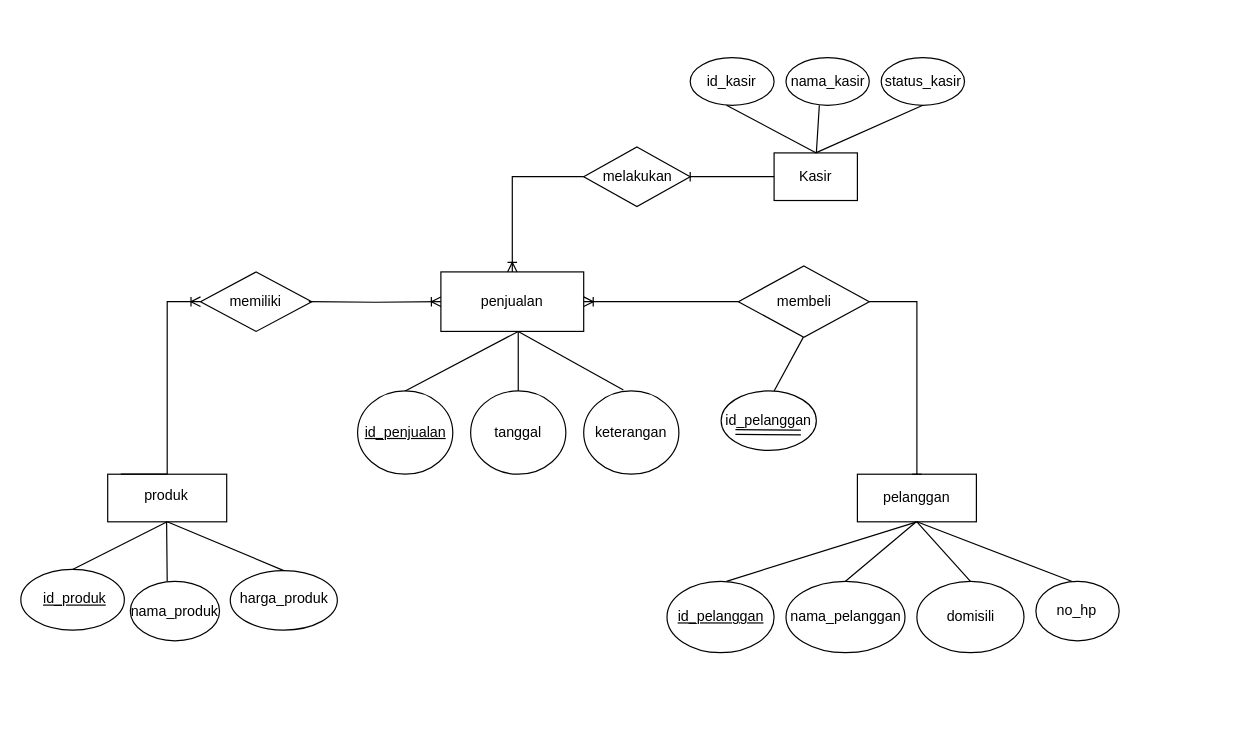
Earlier version of the draw.io diagram Tugas 3.drawio (Azizahfatmas/Basis-Data-). Source tidied: cells renumbered, new cells numbered last; positions are measured from the earlier drawing's top-left corner, leaving out a move shared by most shapes. Both pictures are drawn from the tidied source at 119%, with x=0, y=0 at pixel (20, 57).
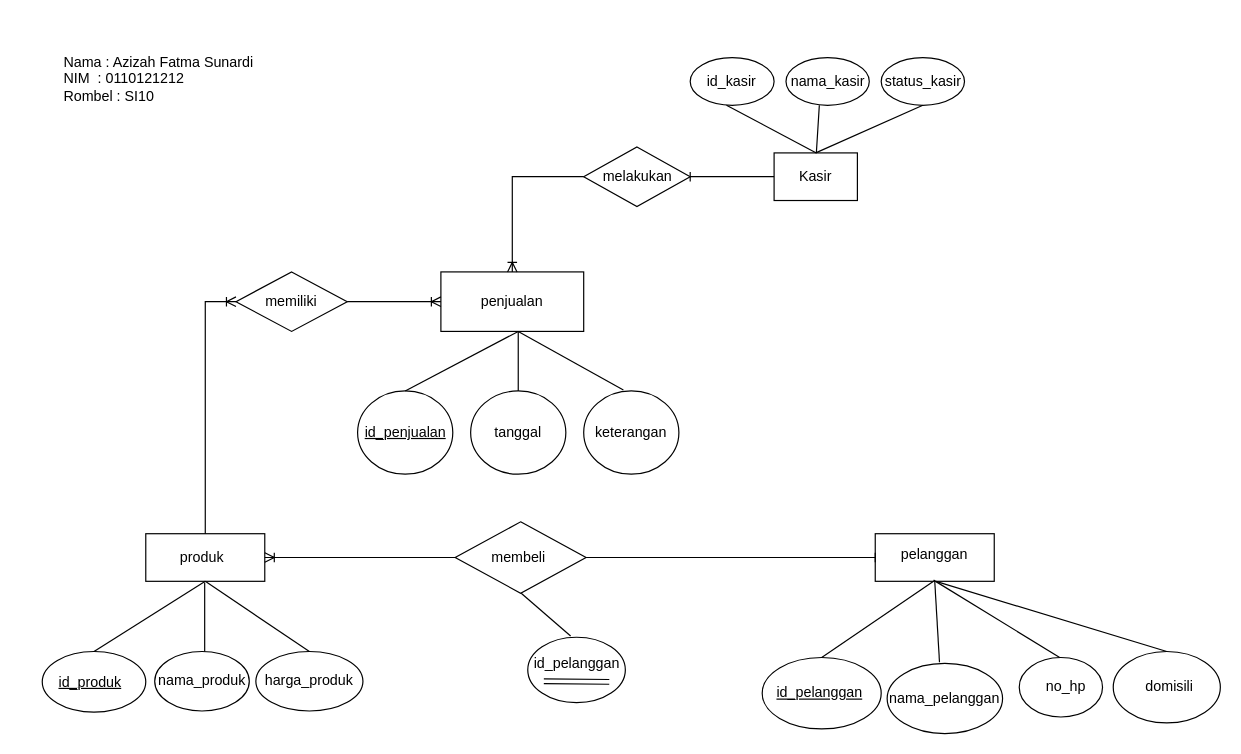
The same page after the edit.

Unchanged cells that the change refers to:
```xml
<mxCell id="2" style="rounded=0;whiteSpace=wrap;html=1;fontFamily=Helvetica;fontSize=12;fontColor=default;strokeColor=default;fillColor=none;" parent="1" vertex="1">
  <mxGeometry x="353" y="180" width="120" height="50" as="geometry" />
</mxCell>
```

The edit, as a diff of the source:
```diff
@@
     <mxCell id="13" style="rounded=0;whiteSpace=wrap;html=1;fontFamily=Helvetica;fontSize=12;fontColor=default;strokeColor=default;fillColor=none;" parent="1" vertex="1">
-      <mxGeometry x="703" y="350" width="100" height="40" as="geometry" />
+      <mxGeometry x="718" y="400" width="100" height="40" as="geometry" />
     </mxCell>
     <mxCell id="14" value="pelanggan" style="text;html=1;strokeColor=none;fillColor=none;align=center;verticalAlign=middle;whiteSpace=wrap;rounded=0;fontFamily=Helvetica;fontSize=12;fontColor=default;" parent="1" vertex="1">
-      <mxGeometry x="723" y="355" width="60" height="30" as="geometry" />
+      <mxGeometry x="738" y="403" width="60" height="30" as="geometry" />
     </mxCell>
-    <mxCell id="15" style="endArrow=none;html=1;rounded=0;fontFamily=Helvetica;fontSize=12;fontColor=default;" parent="1" edge="1">
+    <mxCell id="15" style="endArrow=none;html=1;rounded=0;fontFamily=Helvetica;fontSize=12;fontColor=default;entryX=0.5;entryY=0;entryDx=0;entryDy=0;" parent="1" edge="1" target="19">
       <mxGeometry relative="1" as="geometry">
-        <mxPoint x="593" y="440" as="sourcePoint" />
-        <mxPoint x="753" y="390" as="targetPoint" />
+        <mxPoint x="769" y="440" as="sourcePoint" />
       </mxGeometry>
     </mxCell>
-    <mxCell id="16" style="endArrow=none;html=1;rounded=0;fontFamily=Helvetica;fontSize=12;fontColor=default;exitX=0.5;exitY=0;exitDx=0;exitDy=0;" parent="1" edge="1" source="23">
+    <mxCell id="16" style="endArrow=none;html=1;rounded=0;fontFamily=Helvetica;fontSize=12;fontColor=default;" parent="1" edge="1">
       <mxGeometry relative="1" as="geometry">
-        <mxPoint x="753" y="390" as="targetPoint" />
+        <mxPoint x="772" y="508" as="sourcePoint" />
+        <mxPoint x="768" y="440" as="targetPoint" />
       </mxGeometry>
     </mxCell>
     <mxCell id="17" style="endArrow=none;html=1;rounded=0;fontFamily=Helvetica;fontSize=12;fontColor=default;exitX=0.5;exitY=0;exitDx=0;exitDy=0;" parent="1" edge="1" source="21">
       <mxGeometry relative="1" as="geometry">
-        <mxPoint x="752.5" y="390" as="targetPoint" />
+        <mxPoint x="767" y="440" as="targetPoint" />
       </mxGeometry>
     </mxCell>
     <mxCell id="18" style="endArrow=none;html=1;rounded=0;fontFamily=Helvetica;fontSize=12;fontColor=default;" parent="1" edge="1">
       <mxGeometry relative="1" as="geometry">
-        <mxPoint x="753" y="390" as="sourcePoint" />
-        <mxPoint x="883" y="440" as="targetPoint" />
+        <mxPoint x="767" y="439" as="sourcePoint" />
+        <mxPoint x="873" y="504" as="targetPoint" />
       </mxGeometry>
     </mxCell>
     <mxCell id="19" style="ellipse;whiteSpace=wrap;html=1;fontFamily=Helvetica;fontSize=12;fontColor=default;strokeColor=default;fillColor=none;" parent="1" vertex="1">
-      <mxGeometry x="543" y="440" width="90" height="60" as="geometry" />
+      <mxGeometry x="918" y="499" width="90" height="60" as="geometry" />
     </mxCell>
-    <mxCell id="20" value="&lt;u&gt;id_pelanggan&lt;/u&gt;" style="text;html=1;strokeColor=none;fillColor=none;align=center;verticalAlign=middle;whiteSpace=wrap;rounded=0;fontFamily=Helvetica;fontSize=12;fontColor=default;" parent="1" vertex="1">
-      <mxGeometry x="552.5" y="455" width="71" height="30" as="geometry" />
+    <mxCell id="20" value="&lt;u&gt;id_pelanggan&lt;/u&gt;" style="text;html=1;strokeColor=none;fillColor=none;align=center;verticalAlign=middle;whiteSpace=wrap;rounded=0;fontFamily=Helvetica;fontSize=12;fontColor=default;absoluteArcSize=0;" parent="1" vertex="1">
+      <mxGeometry x="636" y="519" width="71" height="30" as="geometry" />
     </mxCell>
     <mxCell id="21" style="ellipse;whiteSpace=wrap;html=1;fontFamily=Helvetica;fontSize=12;fontColor=default;strokeColor=default;fillColor=none;" parent="1" vertex="1">
-      <mxGeometry x="643" y="440" width="100" height="60" as="geometry" />
+      <mxGeometry x="623" y="504" width="100" height="60" as="geometry" />
     </mxCell>
     <mxCell id="22" value="nama_pelanggan" style="text;html=1;strokeColor=none;fillColor=none;align=center;verticalAlign=middle;whiteSpace=wrap;rounded=0;fontFamily=Helvetica;fontSize=12;fontColor=default;" parent="1" vertex="1">
-      <mxGeometry x="657.5" y="455" width="71" height="30" as="geometry" />
+      <mxGeometry x="741" y="523.5" width="71" height="30" as="geometry" />
     </mxCell>
     <mxCell id="23" style="ellipse;whiteSpace=wrap;html=1;fontFamily=Helvetica;fontSize=12;fontColor=default;strokeColor=default;fillColor=none;" parent="1" vertex="1">
-      <mxGeometry x="753" y="440" width="90" height="60" as="geometry" />
+      <mxGeometry x="728" y="509" width="97" height="59" as="geometry" />
     </mxCell>
     <mxCell id="24" value="domisili" style="text;html=1;strokeColor=none;fillColor=none;align=center;verticalAlign=middle;whiteSpace=wrap;rounded=0;fontFamily=Helvetica;fontSize=12;fontColor=default;" parent="1" vertex="1">
-      <mxGeometry x="762.5" y="455" width="71" height="30" as="geometry" />
+      <mxGeometry x="930" y="514" width="71" height="30" as="geometry" />
     </mxCell>
     <mxCell id="25" style="ellipse;whiteSpace=wrap;html=1;fontFamily=Helvetica;fontSize=12;fontColor=default;strokeColor=default;fillColor=none;" parent="1" vertex="1">
-      <mxGeometry x="853" y="440" width="70" height="50" as="geometry" />
+      <mxGeometry x="839" y="504" width="70" height="50" as="geometry" />
     </mxCell>
     <mxCell id="26" value="no_hp" style="text;html=1;strokeColor=none;fillColor=none;align=center;verticalAlign=middle;whiteSpace=wrap;rounded=0;fontFamily=Helvetica;fontSize=12;fontColor=default;" parent="1" vertex="1">
-      <mxGeometry x="852" y="450" width="71" height="30" as="geometry" />
+      <mxGeometry x="843" y="514" width="71" height="30" as="geometry" />
     </mxCell>
     <mxCell id="27" style="edgeStyle=orthogonalEdgeStyle;rounded=0;jettySize=auto;html=1;exitX=0.5;exitY=0;exitDx=0;exitDy=0;entryX=0;entryY=0.5;entryDx=0;entryDy=0;fontFamily=Helvetica;fontSize=12;fontColor=default;endArrow=ERoneToMany;endFill=0;" parent="1" edge="1" source="28" target="47">
-      <mxGeometry relative="1" as="geometry">
-        <Array as="points">
-          <mxPoint x="84" y="350" />
-          <mxPoint x="123" y="350" />
-          <mxPoint x="123" y="205" />
-        </Array>
-      </mxGeometry>
+      <mxGeometry relative="1" as="geometry" />
     </mxCell>
     <mxCell id="28" style="rounded=0;whiteSpace=wrap;html=1;fontFamily=Helvetica;fontSize=12;fontColor=default;strokeColor=default;fillColor=none;" parent="1" vertex="1">
-      <mxGeometry x="73" y="350" width="100" height="40" as="geometry" />
+      <mxGeometry x="105" y="400" width="100" height="40" as="geometry" />
     </mxCell>
     <mxCell id="29" value="produk" style="text;html=1;strokeColor=none;fillColor=none;align=center;verticalAlign=middle;whiteSpace=wrap;rounded=0;fontFamily=Helvetica;fontSize=12;fontColor=default;" parent="1" vertex="1">
-      <mxGeometry x="87" y="353" width="71" height="30" as="geometry" />
+      <mxGeometry x="116.8" y="405" width="71" height="30" as="geometry" />
     </mxCell>
@@
     <mxCell id="31" style="ellipse;whiteSpace=wrap;html=1;fontFamily=Helvetica;fontSize=12;fontColor=default;strokeColor=default;fillColor=none;" parent="1" vertex="1">
-      <mxGeometry y="430" width="87" height="51" as="geometry" />
+      <mxGeometry x="18" y="499" width="87" height="51" as="geometry" />
     </mxCell>
     <mxCell id="32" style="endArrow=none;html=1;rounded=0;fontFamily=Helvetica;fontSize=12;fontColor=default;" parent="1" edge="1">
       <mxGeometry relative="1" as="geometry">
-        <mxPoint x="123" y="440" as="sourcePoint" />
-        <mxPoint x="122.5" y="390" as="targetPoint" />
+        <mxPoint x="154.5" y="499" as="sourcePoint" />
+        <mxPoint x="154.5" y="441" as="targetPoint" />
       </mxGeometry>
     </mxCell>
     <mxCell id="33" value="&lt;u&gt;id_produk&lt;/u&gt;" style="text;html=1;strokeColor=none;fillColor=none;align=center;verticalAlign=middle;whiteSpace=wrap;rounded=0;fontFamily=Helvetica;fontSize=12;fontColor=default;" parent="1" vertex="1">
-      <mxGeometry x="9.5" y="440" width="71" height="30" as="geometry" />
+      <mxGeometry x="23" y="509.5" width="71" height="30" as="geometry" />
     </mxCell>
     <mxCell id="34" style="ellipse;whiteSpace=wrap;html=1;fontFamily=Helvetica;fontSize=12;fontColor=default;strokeColor=default;fillColor=none;" parent="1" vertex="1">
-      <mxGeometry x="92" y="440" width="75" height="50" as="geometry" />
+      <mxGeometry x="112.5" y="499" width="79.5" height="50" as="geometry" />
     </mxCell>
     <mxCell id="35" value="nama_produk" style="text;html=1;strokeColor=none;fillColor=none;align=center;verticalAlign=middle;whiteSpace=wrap;rounded=0;fontFamily=Helvetica;fontSize=12;fontColor=default;" parent="1" vertex="1">
-      <mxGeometry x="94" y="451" width="71" height="30" as="geometry" />
+      <mxGeometry x="116.8" y="509" width="71" height="30" as="geometry" />
     </mxCell>
     <mxCell id="36" style="ellipse;whiteSpace=wrap;html=1;fontFamily=Helvetica;fontSize=12;fontColor=default;strokeColor=default;fillColor=none;" parent="1" vertex="1">
-      <mxGeometry x="176" y="431" width="90" height="50" as="geometry" />
+      <mxGeometry x="197.5" y="499" width="90" height="50" as="geometry" />
     </mxCell>
     <mxCell id="37" value="harga_produk" style="text;html=1;strokeColor=none;fillColor=none;align=center;verticalAlign=middle;whiteSpace=wrap;rounded=0;fontFamily=Helvetica;fontSize=12;fontColor=default;" parent="1" vertex="1">
-      <mxGeometry x="185.5" y="440" width="71" height="30" as="geometry" />
+      <mxGeometry x="207" y="509" width="71" height="30" as="geometry" />
     </mxCell>
-    <mxCell id="38" style="edgeStyle=orthogonalEdgeStyle;rounded=0;jettySize=auto;html=1;exitX=1;exitY=0.5;exitDx=0;exitDy=0;entryX=0.5;entryY=0;entryDx=0;entryDy=0;fontFamily=Helvetica;fontSize=12;fontColor=default;endArrow=baseDash;endFill=0;" parent="1" edge="1" source="40" target="13">
-      <mxGeometry relative="1" as="geometry" />
+    <mxCell id="38" style="edgeStyle=orthogonalEdgeStyle;rounded=0;jettySize=auto;html=1;exitX=1;exitY=0.5;exitDx=0;exitDy=0;fontFamily=Helvetica;fontSize=12;fontColor=default;endArrow=baseDash;endFill=0;entryX=0;entryY=0.5;entryDx=0;entryDy=0;" parent="1" edge="1" source="40" target="13">
+      <mxGeometry relative="1" as="geometry">
+        <Array as="points">
+          <mxPoint x="705" y="420" />
+          <mxPoint x="705" y="420" />
+        </Array>
+      </mxGeometry>
     </mxCell>
-    <mxCell id="39" style="edgeStyle=orthogonalEdgeStyle;rounded=0;jettySize=auto;html=1;exitX=0;exitY=0.5;exitDx=0;exitDy=0;entryX=1;entryY=0.5;entryDx=0;entryDy=0;fontFamily=Helvetica;fontSize=12;fontColor=default;endArrow=ERoneToMany;endFill=0;" parent="1" edge="1" source="40" target="2">
-      <mxGeometry relative="1" as="geometry" />
-    </mxCell>
+    <mxCell id="64" style="edgeStyle=orthogonalEdgeStyle;rounded=0;jettySize=auto;html=1;exitX=0;exitY=0.5;exitDx=0;exitDy=0;entryX=1;entryY=0.5;entryDx=0;entryDy=0;fontFamily=Helvetica;fontSize=12;fontColor=default;endArrow=ERoneToMany;endFill=0;" parent="1" edge="1" source="40" target="28">
+      <mxGeometry relative="1" as="geometry" />
+    </mxCell>
     <mxCell id="40" style="rhombus;whiteSpace=wrap;html=1;fontFamily=Helvetica;fontSize=12;fontColor=default;strokeColor=default;fillColor=none;" parent="1" vertex="1">
-      <mxGeometry x="603" y="175" width="110" height="60" as="geometry" />
+      <mxGeometry x="365" y="390" width="110" height="60" as="geometry" />
     </mxCell>
     <mxCell id="41" value="membeli" style="text;html=1;strokeColor=none;fillColor=none;align=center;verticalAlign=middle;whiteSpace=wrap;rounded=0;fontFamily=Helvetica;fontSize=12;fontColor=default;" parent="1" vertex="1">
-      <mxGeometry x="622.5" y="190" width="71" height="30" as="geometry" />
+      <mxGeometry x="382.5" y="405" width="71" height="30" as="geometry" />
     </mxCell>
     <mxCell id="42" style="endArrow=none;html=1;rounded=0;fontFamily=Helvetica;fontSize=12;fontColor=default;" parent="1" edge="1">
       <mxGeometry relative="1" as="geometry">
-        <mxPoint x="633" y="280" as="sourcePoint" />
-        <mxPoint x="657.5" y="235" as="targetPoint" />
+        <mxPoint x="462" y="486" as="sourcePoint" />
+        <mxPoint x="420.5" y="450" as="targetPoint" />
       </mxGeometry>
     </mxCell>
     <mxCell id="43" style="ellipse;whiteSpace=wrap;html=1;fontFamily=Helvetica;fontSize=12;fontColor=default;strokeColor=default;fillColor=none;" parent="1" vertex="1">
-      <mxGeometry x="588.5" y="280" width="80" height="50" as="geometry" />
+      <mxGeometry x="426" y="487" width="82" height="55" as="geometry" />
     </mxCell>
     <mxCell id="44" style="shape=link;html=1;rounded=0;fontFamily=Helvetica;fontSize=12;fontColor=default;endArrow=ERoneToMany;endFill=0;" parent="1" edge="1">
       <mxGeometry relative="1" as="geometry">
-        <mxPoint x="600.5" y="314.5" as="sourcePoint" />
-        <mxPoint x="655.5" y="315" as="targetPoint" />
+        <mxPoint x="439.5" y="524" as="sourcePoint" />
+        <mxPoint x="494.5" y="524.5" as="targetPoint" />
       </mxGeometry>
     </mxCell>
     <mxCell id="45" value="id_pelanggan" style="text;html=1;strokeColor=none;fillColor=none;align=center;verticalAlign=middle;whiteSpace=wrap;rounded=0;fontFamily=Helvetica;fontSize=12;fontColor=default;" parent="1" vertex="1">
-      <mxGeometry x="593" y="290" width="71" height="30" as="geometry" />
+      <mxGeometry x="431.5" y="493.5" width="71" height="30" as="geometry" />
     </mxCell>
-    <mxCell id="46" style="edgeStyle=orthogonalEdgeStyle;rounded=0;jettySize=auto;html=1;entryX=0;entryY=0.5;entryDx=0;entryDy=0;fontFamily=Helvetica;fontSize=12;fontColor=default;endArrow=ERoneToMany;endFill=0;" parent="1" edge="1" target="2">
-      <mxGeometry relative="1" as="geometry">
-        <mxPoint x="242" y="205" as="sourcePoint" />
-      </mxGeometry>
+    <mxCell id="46" style="edgeStyle=orthogonalEdgeStyle;rounded=0;jettySize=auto;html=1;entryX=0;entryY=0.5;entryDx=0;entryDy=0;fontFamily=Helvetica;fontSize=12;fontColor=default;endArrow=ERoneToMany;endFill=0;exitX=1;exitY=0.5;exitDx=0;exitDy=0;" parent="1" edge="1" source="47" target="2">
+      <mxGeometry relative="1" as="geometry" />
     </mxCell>
     <mxCell id="47" style="rhombus;whiteSpace=wrap;html=1;fontFamily=Helvetica;fontSize=12;fontColor=default;strokeColor=default;fillColor=none;" parent="1" vertex="1">
-      <mxGeometry x="151" y="180" width="93.5" height="50" as="geometry" />
+      <mxGeometry x="180.8" y="180" width="93.5" height="50" as="geometry" />
     </mxCell>
     <mxCell id="48" value="memiliki" style="text;html=1;strokeColor=none;fillColor=none;align=center;verticalAlign=middle;whiteSpace=wrap;rounded=0;fontFamily=Helvetica;fontSize=12;fontColor=default;" parent="1" vertex="1">
-      <mxGeometry x="162.2" y="190" width="71" height="30" as="geometry" />
+      <mxGeometry x="192" y="190" width="71" height="30" as="geometry" />
     </mxCell>
@@
+    <mxCell id="65" value="Nama&lt;span style=&quot;white-space: pre&quot;&gt; &lt;/span&gt;: Azizah Fatma Sunardi&lt;br&gt;&lt;div style=&quot;text-align: left&quot;&gt;&lt;span&gt;NIM&lt;span style=&quot;white-space: pre&quot;&gt; &lt;/span&gt;&lt;span style=&quot;white-space: pre&quot;&gt; &lt;/span&gt;: 0110121212&lt;/span&gt;&lt;/div&gt;&lt;div style=&quot;text-align: left&quot;&gt;&lt;span&gt;Rombel&lt;span style=&quot;white-space: pre&quot;&gt; &lt;/span&gt;: SI10&lt;/span&gt;&lt;/div&gt;&lt;div style=&quot;text-align: left&quot;&gt;&lt;span&gt;&amp;nbsp;&lt;/span&gt;&lt;/div&gt;" style="text;html=1;strokeColor=none;fillColor=none;align=center;verticalAlign=middle;whiteSpace=wrap;rounded=0;fontFamily=Helvetica;fontSize=12;fontColor=default;" parent="1" vertex="1">
+      <mxGeometry y="-31" width="232" height="111" as="geometry" />
+    </mxCell>
```
